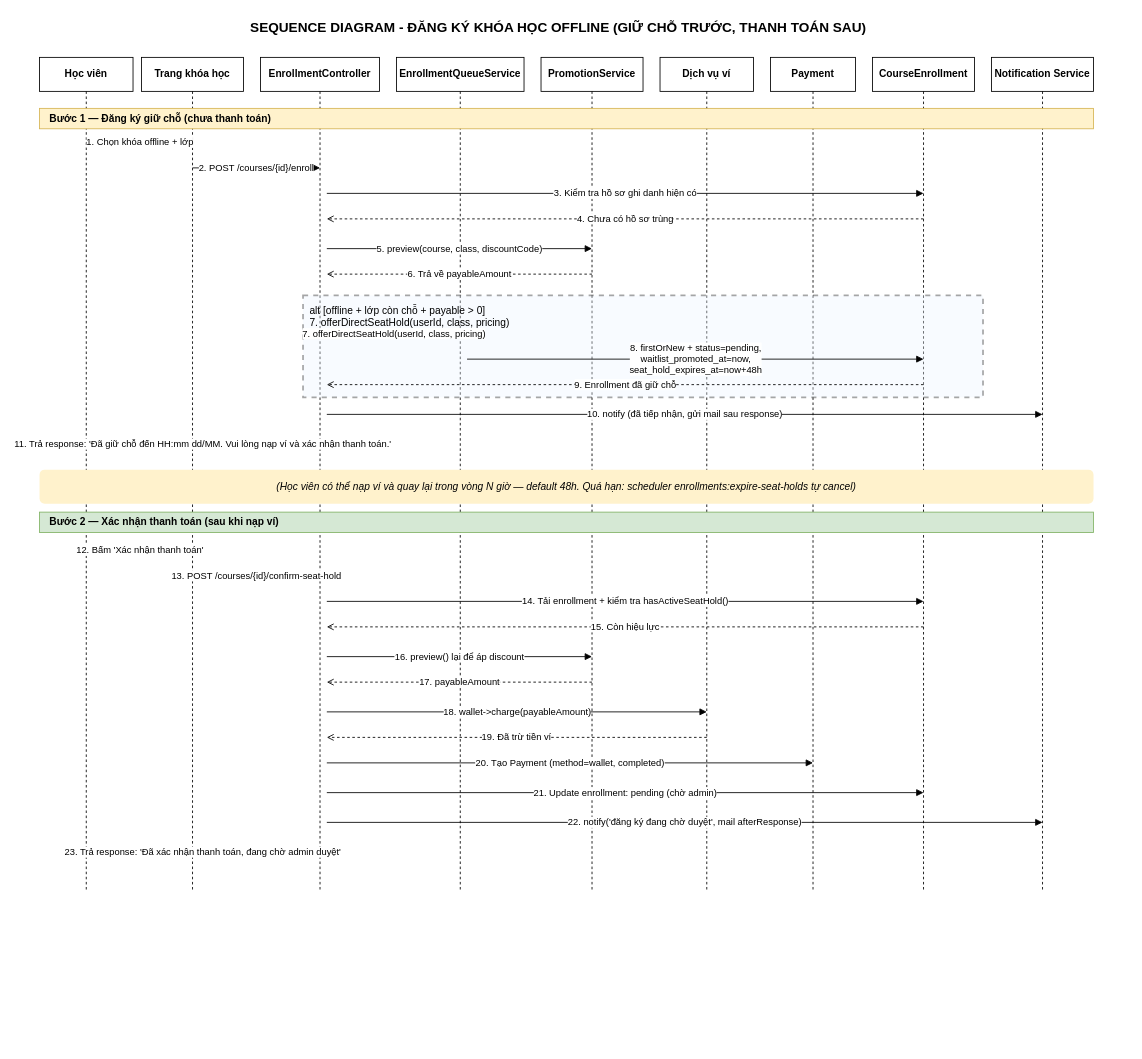
Above: docs/uml/pages/07_sequence-enrollment-manual-approval.drawio in DangThanh2204/CongDangKy_KhaiTriEdu_Laravel- (draw.io), before the change. Source tidied: cells renumbered, new cells numbered last; positions are measured from the earlier drawing's top-left corner, leaving out a move shared by most shapes. Both pictures are drawn from the tidied source at 85%, with x=0, y=0 at pixel (39, 14).
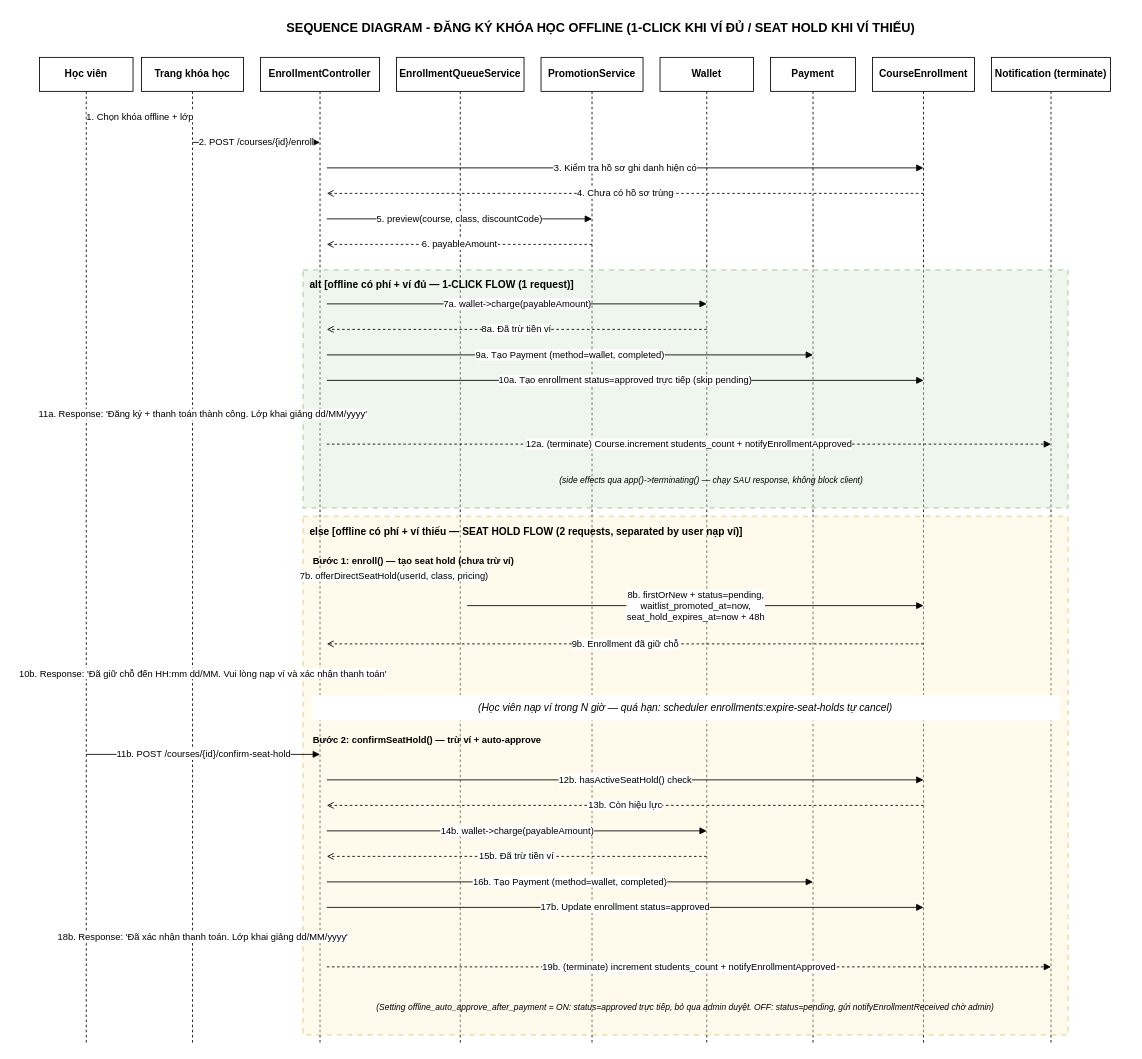
The same page after the edit.

Commit message (it also covers changes not shown here):
docs(uml): bám sát flow + tính năng đồ án hiện tại

What changed in the source:
```diff
@@
-    <mxCell id="2" value="SEQUENCE DIAGRAM - ĐĂNG KÝ KHÓA HỌC OFFLINE (GIỮ CHỖ TRƯỚC, THANH TOÁN SAU)" style="text;html=1;strokeColor=none;fillColor=none;align=center;verticalAlign=middle;fontStyle=1;fontSize=16;" parent="1" vertex="1">
-      <mxGeometry x="140" width="940" height="30" as="geometry" />
+    <mxCell id="2" value="SEQUENCE DIAGRAM - ĐĂNG KÝ KHÓA HỌC OFFLINE (1-CLICK KHI VÍ ĐỦ / SEAT HOLD KHI VÍ THIẾU)" style="text;html=1;strokeColor=none;fillColor=none;align=center;verticalAlign=middle;fontStyle=1;fontSize=15;" parent="1" vertex="1">
+      <mxGeometry x="40" width="1240" height="30" as="geometry" />
     </mxCell>
@@
-    <mxCell id="8" value="Dịch vụ ví" style="rounded=0;whiteSpace=wrap;html=1;fontStyle=1;" parent="1" vertex="1">
+    <mxCell id="8" value="Wallet" style="rounded=0;whiteSpace=wrap;html=1;fontStyle=1;" parent="1" vertex="1">
       <mxGeometry x="730" y="50" width="110" height="40" as="geometry" />
     </mxCell>
@@
-    <mxCell id="11" value="Notification Service" style="rounded=0;whiteSpace=wrap;html=1;fontStyle=1;" parent="1" vertex="1">
-      <mxGeometry x="1120" y="50" width="120" height="40" as="geometry" />
+    <mxCell id="11" value="Notification (terminate)" style="rounded=0;whiteSpace=wrap;html=1;fontStyle=1;" parent="1" vertex="1">
+      <mxGeometry x="1120" y="50" width="140" height="40" as="geometry" />
     </mxCell>
     <mxCell id="12" style="dashed=1;endArrow=none;html=1;" parent="1" edge="1">
       <mxGeometry relative="1" as="geometry">
         <mxPoint x="55" y="90" as="sourcePoint" />
-        <mxPoint x="55" y="1030" as="targetPoint" />
+        <mxPoint x="55" y="1210" as="targetPoint" />
       </mxGeometry>
     </mxCell>
     <mxCell id="13" style="dashed=1;endArrow=none;html=1;" parent="1" edge="1">
       <mxGeometry relative="1" as="geometry">
         <mxPoint x="180" y="90" as="sourcePoint" />
-        <mxPoint x="180" y="1030" as="targetPoint" />
+        <mxPoint x="180" y="1210" as="targetPoint" />
       </mxGeometry>
     </mxCell>
     <mxCell id="14" style="dashed=1;endArrow=none;html=1;" parent="1" edge="1">
       <mxGeometry relative="1" as="geometry">
         <mxPoint x="330" y="90" as="sourcePoint" />
-        <mxPoint x="330" y="1030" as="targetPoint" />
+        <mxPoint x="330" y="1210" as="targetPoint" />
       </mxGeometry>
     </mxCell>
     <mxCell id="15" style="dashed=1;endArrow=none;html=1;" parent="1" edge="1">
       <mxGeometry relative="1" as="geometry">
         <mxPoint x="495" y="90" as="sourcePoint" />
-        <mxPoint x="495" y="1030" as="targetPoint" />
+        <mxPoint x="495" y="1210" as="targetPoint" />
       </mxGeometry>
     </mxCell>
     <mxCell id="16" style="dashed=1;endArrow=none;html=1;" parent="1" edge="1">
       <mxGeometry relative="1" as="geometry">
         <mxPoint x="650" y="90" as="sourcePoint" />
-        <mxPoint x="650" y="1030" as="targetPoint" />
+        <mxPoint x="650" y="1210" as="targetPoint" />
       </mxGeometry>
     </mxCell>
     <mxCell id="17" style="dashed=1;endArrow=none;html=1;" parent="1" edge="1">
       <mxGeometry relative="1" as="geometry">
         <mxPoint x="785" y="90" as="sourcePoint" />
-        <mxPoint x="785" y="1030" as="targetPoint" />
+        <mxPoint x="785" y="1210" as="targetPoint" />
       </mxGeometry>
     </mxCell>
     <mxCell id="18" style="dashed=1;endArrow=none;html=1;" parent="1" edge="1">
       <mxGeometry relative="1" as="geometry">
         <mxPoint x="910" y="90" as="sourcePoint" />
-        <mxPoint x="910" y="1030" as="targetPoint" />
+        <mxPoint x="910" y="1210" as="targetPoint" />
       </mxGeometry>
     </mxCell>
     <mxCell id="19" style="dashed=1;endArrow=none;html=1;" parent="1" edge="1">
       <mxGeometry relative="1" as="geometry">
         <mxPoint x="1040" y="90" as="sourcePoint" />
-        <mxPoint x="1040" y="1030" as="targetPoint" />
+        <mxPoint x="1040" y="1210" as="targetPoint" />
       </mxGeometry>
     </mxCell>
     <mxCell id="20" style="dashed=1;endArrow=none;html=1;" parent="1" edge="1">
       <mxGeometry relative="1" as="geometry">
-        <mxPoint x="1180" y="90" as="sourcePoint" />
-        <mxPoint x="1180" y="1030" as="targetPoint" />
+        <mxPoint x="1190" y="90" as="sourcePoint" />
+        <mxPoint x="1190" y="1210" as="targetPoint" />
       </mxGeometry>
     </mxCell>
-    <mxCell id="21" value="Bước 1 — Đăng ký giữ chỗ (chưa thanh toán)" style="rounded=0;whiteSpace=wrap;html=1;fontStyle=1;fillColor=#fff2cc;strokeColor=#d6b656;align=left;spacingLeft=10;" parent="1" vertex="1">
-      <mxGeometry y="110" width="1240" height="24" as="geometry" />
-    </mxCell>
     <mxCell id="22" value="1. Chọn khóa offline + lớp" style="edgeStyle=none;rounded=0;html=1;endArrow=block;" parent="1" edge="1">
       <mxGeometry relative="1" as="geometry">
-        <mxPoint x="55" y="150" as="sourcePoint" />
-        <mxPoint x="180" y="150" as="targetPoint" />
+        <mxPoint x="55" y="120" as="sourcePoint" />
+        <mxPoint x="180" y="120" as="targetPoint" />
       </mxGeometry>
     </mxCell>
     <mxCell id="23" value="2. POST /courses/{id}/enroll" style="edgeStyle=none;rounded=0;html=1;endArrow=block;" parent="1" edge="1">
       <mxGeometry relative="1" as="geometry">
-        <mxPoint x="180" y="180" as="sourcePoint" />
-        <mxPoint x="330" y="180" as="targetPoint" />
+        <mxPoint x="180" y="150" as="sourcePoint" />
+        <mxPoint x="330" y="150" as="targetPoint" />
       </mxGeometry>
     </mxCell>
     <mxCell id="24" value="3. Kiểm tra hồ sơ ghi danh hiện có" style="edgeStyle=none;rounded=0;html=1;endArrow=block;" parent="1" edge="1">
       <mxGeometry relative="1" as="geometry">
-        <mxPoint x="338" y="210" as="sourcePoint" />
-        <mxPoint x="1040" y="210" as="targetPoint" />
+        <mxPoint x="338" y="180" as="sourcePoint" />
+        <mxPoint x="1040" y="180" as="targetPoint" />
       </mxGeometry>
     </mxCell>
     <mxCell id="25" value="4. Chưa có hồ sơ trùng" style="edgeStyle=none;rounded=0;dashed=1;endArrow=open;endFill=0;html=1;" parent="1" edge="1">
       <mxGeometry relative="1" as="geometry">
-        <mxPoint x="1040" y="240" as="sourcePoint" />
-        <mxPoint x="338" y="240" as="targetPoint" />
+        <mxPoint x="1040" y="210" as="sourcePoint" />
+        <mxPoint x="338" y="210" as="targetPoint" />
       </mxGeometry>
     </mxCell>
     <mxCell id="26" value="5. preview(course, class, discountCode)" style="edgeStyle=none;rounded=0;html=1;endArrow=block;" parent="1" edge="1">
       <mxGeometry relative="1" as="geometry">
-        <mxPoint x="338" y="275" as="sourcePoint" />
-        <mxPoint x="650" y="275" as="targetPoint" />
+        <mxPoint x="338" y="240" as="sourcePoint" />
+        <mxPoint x="650" y="240" as="targetPoint" />
       </mxGeometry>
     </mxCell>
-    <mxCell id="27" value="6. Trả về payableAmount" style="edgeStyle=none;rounded=0;dashed=1;endArrow=open;endFill=0;html=1;" parent="1" edge="1">
+    <mxCell id="27" value="6. payableAmount" style="edgeStyle=none;rounded=0;dashed=1;endArrow=open;endFill=0;html=1;" parent="1" edge="1">
       <mxGeometry relative="1" as="geometry">
-        <mxPoint x="650" y="305" as="sourcePoint" />
-        <mxPoint x="338" y="305" as="targetPoint" />
+        <mxPoint x="650" y="270" as="sourcePoint" />
+        <mxPoint x="338" y="270" as="targetPoint" />
       </mxGeometry>
     </mxCell>
-    <mxCell id="28" value="alt [offline + lớp còn chỗ + payable &gt; 0]&#10;7. offerDirectSeatHold(userId, class, pricing)" style="rounded=0;dashed=1;whiteSpace=wrap;html=1;fontStyle=0;align=left;verticalAlign=top;spacingTop=4;spacingLeft=6;fillColor=#EAF3FF;opacity=35;strokeWidth=2;" parent="1" vertex="1">
-      <mxGeometry x="310" y="330" width="800" height="120" as="geometry" />
-    </mxCell>
+    <mxCell id="48" value="alt [offline có phí + ví đủ — 1-CLICK FLOW (1 request)]" style="rounded=0;dashed=1;whiteSpace=wrap;html=1;fontStyle=1;align=left;verticalAlign=top;spacingTop=4;spacingLeft=6;fillColor=#d5e8d4;strokeColor=#82b366;opacity=40;strokeWidth=2;" parent="1" vertex="1">
+      <mxGeometry x="310" y="300" width="900" height="280" as="geometry" />
+    </mxCell>
-    <mxCell id="29" value="7. offerDirectSeatHold(userId, class, pricing)" style="edgeStyle=none;rounded=0;html=1;endArrow=block;" parent="1" edge="1">
+    <mxCell id="29" value="7a. wallet-&gt;charge(payableAmount)" style="edgeStyle=none;rounded=0;html=1;endArrow=block;" parent="1" edge="1">
       <mxGeometry relative="1" as="geometry">
-        <mxPoint x="338" y="375" as="sourcePoint" />
-        <mxPoint x="495" y="375" as="targetPoint" />
+        <mxPoint x="338" y="340" as="sourcePoint" />
+        <mxPoint x="785" y="340" as="targetPoint" />
       </mxGeometry>
     </mxCell>
-    <mxCell id="30" value="8. firstOrNew + status=pending,&#10;waitlist_promoted_at=now,&#10;seat_hold_expires_at=now+48h" style="edgeStyle=none;rounded=0;html=1;endArrow=block;" parent="1" edge="1">
+    <mxCell id="30" value="8a. Đã trừ tiền ví" style="edgeStyle=none;rounded=0;dashed=1;endArrow=open;endFill=0;html=1;" parent="1" edge="1">
       <mxGeometry relative="1" as="geometry">
-        <mxPoint x="503" y="405" as="sourcePoint" />
-        <mxPoint x="1040" y="405" as="targetPoint" />
+        <mxPoint x="785" y="370" as="sourcePoint" />
+        <mxPoint x="338" y="370" as="targetPoint" />
       </mxGeometry>
     </mxCell>
-    <mxCell id="31" value="9. Enrollment đã giữ chỗ" style="edgeStyle=none;rounded=0;dashed=1;endArrow=open;endFill=0;html=1;" parent="1" edge="1">
+    <mxCell id="31" value="9a. Tạo Payment (method=wallet, completed)" style="edgeStyle=none;rounded=0;html=1;endArrow=block;" parent="1" edge="1">
       <mxGeometry relative="1" as="geometry">
-        <mxPoint x="1040" y="435" as="sourcePoint" />
-        <mxPoint x="338" y="435" as="targetPoint" />
+        <mxPoint x="338" y="400" as="sourcePoint" />
+        <mxPoint x="910" y="400" as="targetPoint" />
       </mxGeometry>
     </mxCell>
-    <mxCell id="32" value="10. notify (đã tiếp nhận, gửi mail sau response)" style="edgeStyle=none;rounded=0;html=1;endArrow=block;" parent="1" edge="1">
+    <mxCell id="32" value="10a. Tạo enrollment status=approved trực tiếp (skip pending)" style="edgeStyle=none;rounded=0;html=1;endArrow=block;" parent="1" edge="1">
       <mxGeometry relative="1" as="geometry">
-        <mxPoint x="338" y="470" as="sourcePoint" />
-        <mxPoint x="1180" y="470" as="targetPoint" />
+        <mxPoint x="338" y="430" as="sourcePoint" />
+        <mxPoint x="1040" y="430" as="targetPoint" />
       </mxGeometry>
     </mxCell>
-    <mxCell id="33" value="11. Trả response: 'Đã giữ chỗ đến HH:mm dd/MM. Vui lòng nạp ví và xác nhận thanh toán.'" style="edgeStyle=none;rounded=0;dashed=1;endArrow=open;endFill=0;html=1;" parent="1" edge="1">
+    <mxCell id="33" value="11a. Response: 'Đăng ký + thanh toán thành công. Lớp khai giảng dd/MM/yyyy'" style="edgeStyle=none;rounded=0;dashed=1;endArrow=open;endFill=0;html=1;" parent="1" edge="1">
       <mxGeometry relative="1" as="geometry">
-        <mxPoint x="330" y="505" as="sourcePoint" />
-        <mxPoint x="55" y="505" as="targetPoint" />
+        <mxPoint x="330" y="470" as="sourcePoint" />
+        <mxPoint x="55" y="470" as="targetPoint" />
       </mxGeometry>
     </mxCell>
-    <mxCell id="34" value="(Học viên có thể nạp ví và quay lại trong vòng N giờ — default 48h. Quá hạn: scheduler enrollments:expire-seat-holds tự cancel)" style="text;html=1;strokeColor=none;fillColor=#fff2cc;align=center;verticalAlign=middle;fontStyle=2;whiteSpace=wrap;rounded=1;" parent="1" vertex="1">
-      <mxGeometry y="535" width="1240" height="40" as="geometry" />
-    </mxCell>
-    <mxCell id="35" value="Bước 2 — Xác nhận thanh toán (sau khi nạp ví)" style="rounded=0;whiteSpace=wrap;html=1;fontStyle=1;fillColor=#d5e8d4;strokeColor=#82b366;align=left;spacingLeft=10;" parent="1" vertex="1">
-      <mxGeometry y="585" width="1240" height="24" as="geometry" />
-    </mxCell>
-    <mxCell id="36" value="12. Bấm 'Xác nhận thanh toán'" style="edgeStyle=none;rounded=0;html=1;endArrow=block;" parent="1" edge="1">
+    <mxCell id="36" value="12a. (terminate) Course.increment students_count + notifyEnrollmentApproved" style="edgeStyle=none;rounded=0;html=1;endArrow=block;dashed=1;" parent="1" edge="1">
       <mxGeometry relative="1" as="geometry">
-        <mxPoint x="55" y="630" as="sourcePoint" />
-        <mxPoint x="180" y="630" as="targetPoint" />
+        <mxPoint x="338" y="505" as="sourcePoint" />
+        <mxPoint x="1190" y="505" as="targetPoint" />
       </mxGeometry>
     </mxCell>
+    <mxCell id="49" value="(side effects qua app()-&gt;terminating() — chạy SAU response, không block client)" style="text;html=1;strokeColor=none;fillColor=none;align=center;fontStyle=2;fontSize=10;" parent="1" vertex="1">
+      <mxGeometry x="390" y="535" width="800" height="20" as="geometry" />
+    </mxCell>
+    <mxCell id="50" value="else [offline có phí + ví thiếu — SEAT HOLD FLOW (2 requests, separated by user nạp ví)]" style="rounded=0;dashed=1;whiteSpace=wrap;html=1;fontStyle=1;align=left;verticalAlign=top;spacingTop=4;spacingLeft=6;fillColor=#fff2cc;strokeColor=#d6b656;opacity=40;strokeWidth=2;" parent="1" vertex="1">
+      <mxGeometry x="310" y="590" width="900" height="610" as="geometry" />
+    </mxCell>
+    <mxCell id="51" value="Bước 1: enroll() — tạo seat hold (chưa trừ ví)" style="text;html=1;strokeColor=none;fillColor=none;align=left;fontStyle=1;fontSize=11;" parent="1" vertex="1">
+      <mxGeometry x="320" y="630" width="500" height="20" as="geometry" />
+    </mxCell>
-    <mxCell id="37" value="13. POST /courses/{id}/confirm-seat-hold" style="edgeStyle=none;rounded=0;html=1;endArrow=block;" parent="1" edge="1">
+    <mxCell id="37" value="7b. offerDirectSeatHold(userId, class, pricing)" style="edgeStyle=none;rounded=0;html=1;endArrow=block;" parent="1" edge="1">
       <mxGeometry relative="1" as="geometry">
-        <mxPoint x="180" y="660" as="sourcePoint" />
-        <mxPoint x="330" y="660" as="targetPoint" />
+        <mxPoint x="338" y="660" as="sourcePoint" />
+        <mxPoint x="495" y="660" as="targetPoint" />
       </mxGeometry>
     </mxCell>
-    <mxCell id="38" value="14. Tải enrollment + kiểm tra hasActiveSeatHold()" style="edgeStyle=none;rounded=0;html=1;endArrow=block;" parent="1" edge="1">
+    <mxCell id="38" value="8b. firstOrNew + status=pending,&#10;waitlist_promoted_at=now,&#10;seat_hold_expires_at=now + 48h" style="edgeStyle=none;rounded=0;html=1;endArrow=block;" parent="1" edge="1">
       <mxGeometry relative="1" as="geometry">
-        <mxPoint x="338" y="690" as="sourcePoint" />
-        <mxPoint x="1040" y="690" as="targetPoint" />
+        <mxPoint x="503" y="695" as="sourcePoint" />
+        <mxPoint x="1040" y="695" as="targetPoint" />
       </mxGeometry>
     </mxCell>
-    <mxCell id="39" value="15. Còn hiệu lực" style="edgeStyle=none;rounded=0;dashed=1;endArrow=open;endFill=0;html=1;" parent="1" edge="1">
+    <mxCell id="39" value="9b. Enrollment đã giữ chỗ" style="edgeStyle=none;rounded=0;dashed=1;endArrow=open;endFill=0;html=1;" parent="1" edge="1">
       <mxGeometry relative="1" as="geometry">
-        <mxPoint x="1040" y="720" as="sourcePoint" />
-        <mxPoint x="338" y="720" as="targetPoint" />
+        <mxPoint x="1040" y="740" as="sourcePoint" />
+        <mxPoint x="338" y="740" as="targetPoint" />
       </mxGeometry>
     </mxCell>
-    <mxCell id="40" value="16. preview() lại để áp discount" style="edgeStyle=none;rounded=0;html=1;endArrow=block;" parent="1" edge="1">
+    <mxCell id="40" value="10b. Response: 'Đã giữ chỗ đến HH:mm dd/MM. Vui lòng nạp ví và xác nhận thanh toán'" style="edgeStyle=none;rounded=0;dashed=1;endArrow=open;endFill=0;html=1;" parent="1" edge="1">
       <mxGeometry relative="1" as="geometry">
-        <mxPoint x="338" y="755" as="sourcePoint" />
-        <mxPoint x="650" y="755" as="targetPoint" />
+        <mxPoint x="330" y="775" as="sourcePoint" />
+        <mxPoint x="55" y="775" as="targetPoint" />
       </mxGeometry>
     </mxCell>
+    <mxCell id="34" value="(Học viên nạp ví trong N giờ — quá hạn: scheduler enrollments:expire-seat-holds tự cancel)" style="text;html=1;strokeColor=none;fillColor=#ffffff;align=center;verticalAlign=middle;fontStyle=2;whiteSpace=wrap;rounded=1;" parent="1" vertex="1">
+      <mxGeometry x="320" y="800" width="880" height="30" as="geometry" />
+    </mxCell>
+    <mxCell id="52" value="Bước 2: confirmSeatHold() — trừ ví + auto-approve" style="text;html=1;strokeColor=none;fillColor=none;align=left;fontStyle=1;fontSize=11;" parent="1" vertex="1">
+      <mxGeometry x="320" y="840" width="500" height="20" as="geometry" />
+    </mxCell>
-    <mxCell id="41" value="17. payableAmount" style="edgeStyle=none;rounded=0;dashed=1;endArrow=open;endFill=0;html=1;" parent="1" edge="1">
+    <mxCell id="41" value="11b. POST /courses/{id}/confirm-seat-hold" style="edgeStyle=none;rounded=0;html=1;endArrow=block;" parent="1" edge="1">
       <mxGeometry relative="1" as="geometry">
-        <mxPoint x="650" y="785" as="sourcePoint" />
-        <mxPoint x="338" y="785" as="targetPoint" />
+        <mxPoint x="55" y="870" as="sourcePoint" />
+        <mxPoint x="330" y="870" as="targetPoint" />
       </mxGeometry>
     </mxCell>
-    <mxCell id="42" value="18. wallet-&gt;charge(payableAmount)" style="edgeStyle=none;rounded=0;html=1;endArrow=block;" parent="1" edge="1">
+    <mxCell id="42" value="12b. hasActiveSeatHold() check" style="edgeStyle=none;rounded=0;html=1;endArrow=block;" parent="1" edge="1">
       <mxGeometry relative="1" as="geometry">
-        <mxPoint x="338" y="820" as="sourcePoint" />
-        <mxPoint x="785" y="820" as="targetPoint" />
+        <mxPoint x="338" y="900" as="sourcePoint" />
+        <mxPoint x="1040" y="900" as="targetPoint" />
       </mxGeometry>
     </mxCell>
-    <mxCell id="43" value="19. Đã trừ tiền ví" style="edgeStyle=none;rounded=0;dashed=1;endArrow=open;endFill=0;html=1;" parent="1" edge="1">
+    <mxCell id="43" value="13b. Còn hiệu lực" style="edgeStyle=none;rounded=0;dashed=1;endArrow=open;endFill=0;html=1;" parent="1" edge="1">
       <mxGeometry relative="1" as="geometry">
-        <mxPoint x="785" y="850" as="sourcePoint" />
-        <mxPoint x="338" y="850" as="targetPoint" />
+        <mxPoint x="1040" y="930" as="sourcePoint" />
+        <mxPoint x="338" y="930" as="targetPoint" />
       </mxGeometry>
     </mxCell>
-    <mxCell id="44" value="20. Tạo Payment (method=wallet, completed)" style="edgeStyle=none;rounded=0;html=1;endArrow=block;" parent="1" edge="1">
+    <mxCell id="44" value="14b. wallet-&gt;charge(payableAmount)" style="edgeStyle=none;rounded=0;html=1;endArrow=block;" parent="1" edge="1">
       <mxGeometry relative="1" as="geometry">
-        <mxPoint x="338" y="880" as="sourcePoint" />
-        <mxPoint x="910" y="880" as="targetPoint" />
+        <mxPoint x="338" y="960" as="sourcePoint" />
+        <mxPoint x="785" y="960" as="targetPoint" />
       </mxGeometry>
     </mxCell>
-    <mxCell id="45" value="21. Update enrollment: pending (chờ admin)" style="edgeStyle=none;rounded=0;html=1;endArrow=block;" parent="1" edge="1">
+    <mxCell id="45" value="15b. Đã trừ tiền ví" style="edgeStyle=none;rounded=0;dashed=1;endArrow=open;endFill=0;html=1;" parent="1" edge="1">
       <mxGeometry relative="1" as="geometry">
-        <mxPoint x="338" y="915" as="sourcePoint" />
-        <mxPoint x="1040" y="915" as="targetPoint" />
+        <mxPoint x="785" y="990" as="sourcePoint" />
+        <mxPoint x="338" y="990" as="targetPoint" />
       </mxGeometry>
     </mxCell>
-    <mxCell id="46" value="22. notify('đăng ký đang chờ duyệt', mail afterResponse)" style="edgeStyle=none;rounded=0;html=1;endArrow=block;" parent="1" edge="1">
+    <mxCell id="46" value="16b. Tạo Payment (method=wallet, completed)" style="edgeStyle=none;rounded=0;html=1;endArrow=block;" parent="1" edge="1">
       <mxGeometry relative="1" as="geometry">
-        <mxPoint x="338" y="950" as="sourcePoint" />
-        <mxPoint x="1180" y="950" as="targetPoint" />
+        <mxPoint x="338" y="1020" as="sourcePoint" />
+        <mxPoint x="910" y="1020" as="targetPoint" />
       </mxGeometry>
     </mxCell>
-    <mxCell id="47" value="23. Trả response: 'Đã xác nhận thanh toán, đang chờ admin duyệt'" style="edgeStyle=none;rounded=0;dashed=1;endArrow=open;endFill=0;html=1;" parent="1" edge="1">
+    <mxCell id="47" value="17b. Update enrollment status=approved" style="edgeStyle=none;rounded=0;html=1;endArrow=block;" parent="1" edge="1">
       <mxGeometry relative="1" as="geometry">
-        <mxPoint x="330" y="985" as="sourcePoint" />
-        <mxPoint x="55" y="985" as="targetPoint" />
+        <mxPoint x="338" y="1050" as="sourcePoint" />
+        <mxPoint x="1040" y="1050" as="targetPoint" />
       </mxGeometry>
     </mxCell>
+    <mxCell id="53" value="18b. Response: 'Đã xác nhận thanh toán. Lớp khai giảng dd/MM/yyyy'" style="edgeStyle=none;rounded=0;dashed=1;endArrow=open;endFill=0;html=1;" parent="1" edge="1">
+      <mxGeometry relative="1" as="geometry">
+        <mxPoint x="330" y="1085" as="sourcePoint" />
+        <mxPoint x="55" y="1085" as="targetPoint" />
+      </mxGeometry>
+    </mxCell>
+    <mxCell id="54" value="19b. (terminate) increment students_count + notifyEnrollmentApproved" style="edgeStyle=none;rounded=0;html=1;endArrow=block;dashed=1;" parent="1" edge="1">
+      <mxGeometry relative="1" as="geometry">
+        <mxPoint x="338" y="1120" as="sourcePoint" />
+        <mxPoint x="1190" y="1120" as="targetPoint" />
+      </mxGeometry>
+    </mxCell>
+    <mxCell id="55" value="(Setting offline_auto_approve_after_payment = ON: status=approved trực tiếp, bỏ qua admin duyệt. OFF: status=pending, gửi notifyEnrollmentReceived chờ admin)" style="text;html=1;strokeColor=none;fillColor=none;align=center;fontStyle=2;fontSize=10;whiteSpace=wrap;" parent="1" vertex="1">
+      <mxGeometry x="320" y="1155" width="880" height="35" as="geometry" />
+    </mxCell>
```
